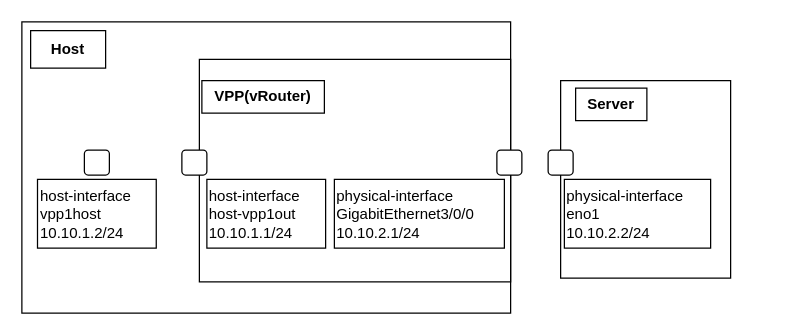
waterwatermelon/graph keeps this draw.io diagram as vpp.drawio. Above is the earlier version. Source tidied: cells renumbered, new cells numbered last; positions are measured from the earlier drawing's top-left corner, leaving out a move shared by most shapes. Both pictures are drawn from the tidied source at 125%, with x=0, y=0 at pixel (21, 21).
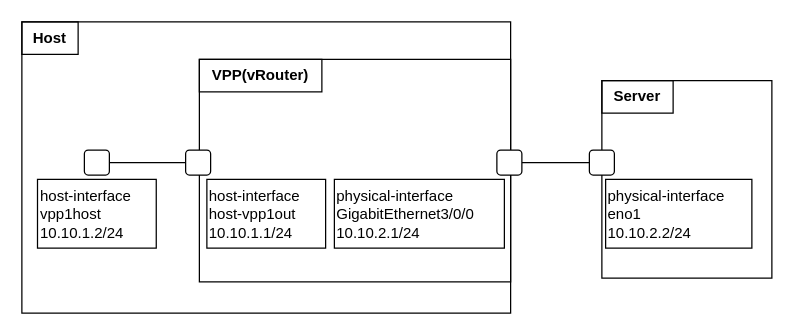
The same page after the edit.

Diff of the diagram source:
```diff
@@
 <mxGraphModel>
   <root>
     <mxCell id="0" />
     <mxCell id="1" parent="0" />
-    <mxCell id="2" style="rounded=0;whiteSpace=wrap;html=1;" parent="1" vertex="1">
-      <mxGeometry x="431" y="47" width="136" height="158" as="geometry" />
-    </mxCell>
     <mxCell id="3" style="rounded=0;whiteSpace=wrap;html=1;" parent="1" vertex="1">
       <mxGeometry width="391" height="233" as="geometry" />
     </mxCell>
     <mxCell id="4" style="rounded=0;whiteSpace=wrap;html=1;" parent="1" vertex="1">
       <mxGeometry x="142" y="30" width="249" height="178" as="geometry" />
     </mxCell>
+    <mxCell id="16" style="edgeStyle=orthogonalEdgeStyle;rounded=0;jettySize=auto;html=1;exitX=1;exitY=0.5;exitDx=0;exitDy=0;entryX=0;entryY=0.5;entryDx=0;entryDy=0;endArrow=none;endFill=0;" parent="1" edge="1" source="5" target="6">
+      <mxGeometry relative="1" as="geometry" />
+    </mxCell>
     <mxCell id="5" style="rounded=1;whiteSpace=wrap;html=1;" parent="1" vertex="1">
       <mxGeometry x="380" y="102.5" width="20" height="20" as="geometry" />
     </mxCell>
-    <mxCell id="6" style="rounded=1;whiteSpace=wrap;html=1;" parent="1" vertex="1">
-      <mxGeometry x="421" y="102.5" width="20" height="20" as="geometry" />
-    </mxCell>
     <mxCell id="7" style="rounded=1;whiteSpace=wrap;html=1;" parent="1" vertex="1">
-      <mxGeometry x="128" y="102.5" width="20" height="20" as="geometry" />
+      <mxGeometry x="131" y="102.5" width="20" height="20" as="geometry" />
     </mxCell>
+    <mxCell id="17" style="edgeStyle=orthogonalEdgeStyle;rounded=0;jettySize=auto;html=1;exitX=1;exitY=0.5;exitDx=0;exitDy=0;entryX=0;entryY=0.5;entryDx=0;entryDy=0;endArrow=none;endFill=0;" parent="1" edge="1" source="8" target="7">
+      <mxGeometry relative="1" as="geometry" />
+    </mxCell>
     <mxCell id="8" style="rounded=1;whiteSpace=wrap;html=1;" parent="1" vertex="1">
       <mxGeometry x="50" y="102.5" width="20" height="20" as="geometry" />
     </mxCell>
     <mxCell id="9" value="&lt;b&gt;VPP(vRouter)&lt;/b&gt;" style="text;html=1;strokeColor=default;fillColor=none;align=center;verticalAlign=middle;whiteSpace=wrap;rounded=0;" parent="1" vertex="1">
-      <mxGeometry x="144" y="47" width="98" height="26" as="geometry" />
+      <mxGeometry x="142" y="30" width="98" height="26" as="geometry" />
     </mxCell>
     <mxCell id="10" value="&lt;b&gt;Host&lt;/b&gt;" style="text;html=1;strokeColor=default;fillColor=none;align=center;verticalAlign=middle;whiteSpace=wrap;rounded=0;" parent="1" vertex="1">
-      <mxGeometry x="7" y="7" width="60" height="30" as="geometry" />
+      <mxGeometry width="45" height="26" as="geometry" />
     </mxCell>
-    <mxCell id="11" value="&lt;b&gt;Server&lt;/b&gt;" style="text;html=1;strokeColor=default;fillColor=none;align=center;verticalAlign=middle;whiteSpace=wrap;rounded=0;" parent="1" vertex="1">
-      <mxGeometry x="443" y="53" width="57" height="26" as="geometry" />
-    </mxCell>
     <mxCell id="12" value="&lt;div align=&quot;left&quot;&gt;host-interface&lt;/div&gt;&lt;div align=&quot;left&quot;&gt;vpp1host&lt;br&gt;&lt;/div&gt;&lt;div align=&quot;left&quot;&gt;10.10.1.2/24&lt;/div&gt;" style="text;html=1;strokeColor=default;fillColor=none;align=left;verticalAlign=middle;whiteSpace=wrap;rounded=0;" parent="1" vertex="1">
       <mxGeometry x="12.5" y="126" width="95" height="55" as="geometry" />
     </mxCell>
     <mxCell id="13" value="&lt;div align=&quot;left&quot;&gt;host-interface&lt;/div&gt;&lt;div align=&quot;left&quot;&gt;host-vpp1out&lt;br&gt;&lt;/div&gt;&lt;div align=&quot;left&quot;&gt;10.10.1.1/24&lt;/div&gt;" style="text;html=1;strokeColor=default;fillColor=none;align=left;verticalAlign=middle;whiteSpace=wrap;rounded=0;" parent="1" vertex="1">
       <mxGeometry x="148" y="126" width="95" height="55" as="geometry" />
     </mxCell>
     <mxCell id="14" value="physical-interface&lt;div align=&quot;left&quot;&gt;GigabitEthernet3/0/0&lt;br&gt;&lt;/div&gt;&lt;div align=&quot;left&quot;&gt;10.10.2.1/24&lt;br&gt;&lt;/div&gt;" style="text;html=1;strokeColor=default;fillColor=none;align=left;verticalAlign=middle;whiteSpace=wrap;rounded=0;" parent="1" vertex="1">
       <mxGeometry x="250" y="126" width="136" height="55" as="geometry" />
     </mxCell>
+    <mxCell id="18" style="group;" parent="1" vertex="1">
+      <mxGeometry x="454" y="47" width="146" height="158" as="geometry" />
+    </mxCell>
+    <mxCell id="2" style="rounded=0;whiteSpace=wrap;html=1;" parent="18" vertex="1">
+      <mxGeometry x="10" width="136" height="158" as="geometry" />
+    </mxCell>
+    <mxCell id="6" style="rounded=1;whiteSpace=wrap;html=1;" parent="18" vertex="1">
+      <mxGeometry y="55.5" width="20" height="20" as="geometry" />
+    </mxCell>
+    <mxCell id="11" value="&lt;b&gt;Server&lt;/b&gt;" style="text;html=1;strokeColor=default;fillColor=none;align=center;verticalAlign=middle;whiteSpace=wrap;rounded=0;" parent="18" vertex="1">
+      <mxGeometry x="10" width="57" height="26" as="geometry" />
+    </mxCell>
-    <mxCell id="15" value="&lt;div align=&quot;left&quot;&gt;physical-interface&lt;/div&gt;&lt;div align=&quot;left&quot;&gt;eno1&lt;br&gt;&lt;/div&gt;&lt;div align=&quot;left&quot;&gt;10.10.2.2/24&lt;br&gt;&lt;/div&gt;" style="text;html=1;strokeColor=default;fillColor=none;align=left;verticalAlign=middle;whiteSpace=wrap;rounded=0;" parent="1" vertex="1">
-      <mxGeometry x="434" y="126" width="117" height="55" as="geometry" />
+    <mxCell id="15" value="&lt;div align=&quot;left&quot;&gt;physical-interface&lt;/div&gt;&lt;div align=&quot;left&quot;&gt;eno1&lt;br&gt;&lt;/div&gt;&lt;div align=&quot;left&quot;&gt;10.10.2.2/24&lt;br&gt;&lt;/div&gt;" style="text;html=1;strokeColor=default;fillColor=none;align=left;verticalAlign=middle;whiteSpace=wrap;rounded=0;" parent="18" vertex="1">
+      <mxGeometry x="13" y="79" width="117" height="55" as="geometry" />
     </mxCell>
   </root>
 </mxGraphModel>
```
